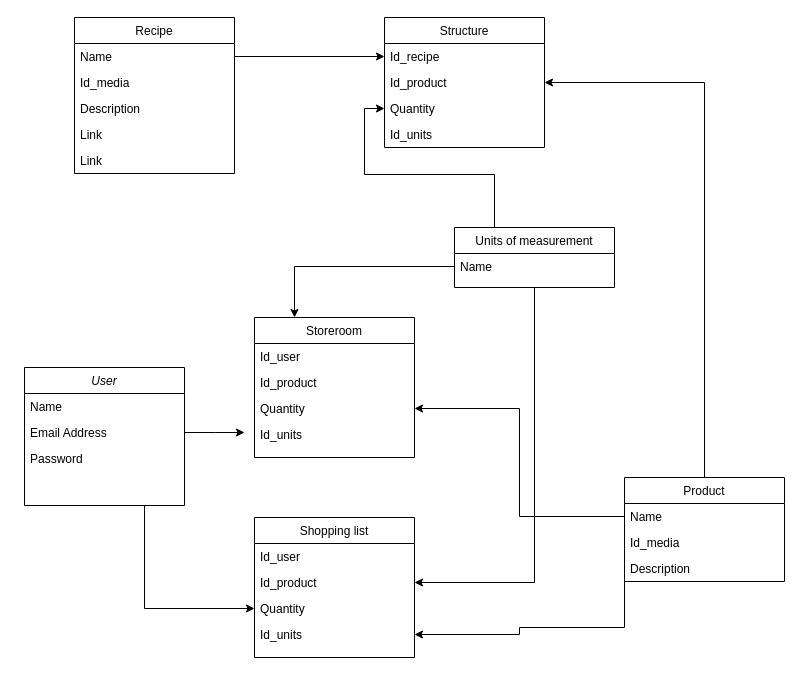
This is BD.drawio from Slawgorodskij/shop-and-kitchen, a draw.io file, before an edit. Source tidied: cells renumbered, new cells numbered last; positions are measured from the earlier drawing's top-left corner, leaving out a move shared by most shapes. Both pictures are drawn from the tidied source at 100%, with x=0, y=0 at pixel (24, 17).
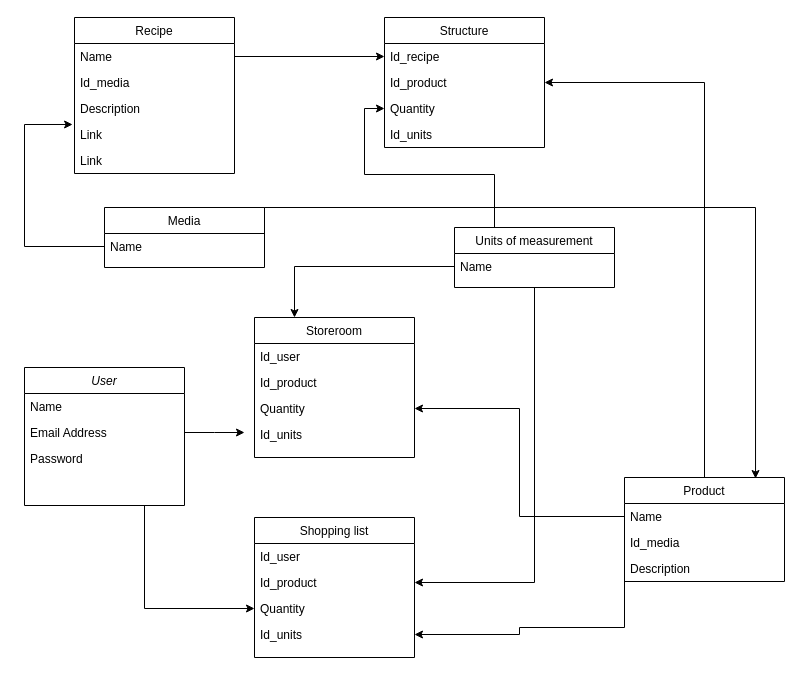
After the change.

Unchanged cells that the change refers to:
```xml
<mxCell id="11" value="Description" style="text;align=left;verticalAlign=top;spacingLeft=4;spacingRight=4;overflow=hidden;points=[[0,0.5],[1,0.5]];portConstraint=eastwest;rounded=0;shadow=0;html=0;" parent="8" vertex="1">
  <mxGeometry y="78" width="160" height="26" as="geometry" />
</mxCell>
<mxCell id="15" value="Product" style="swimlane;fontStyle=0;align=center;verticalAlign=top;horizontal=1;startSize=26;rounded=0;shadow=0;strokeWidth=1;" parent="1" vertex="1">
  <mxGeometry x="600" y="460" width="160" height="104" as="geometry" />
</mxCell>
```

Diff of the diagram source:
```diff
@@
+    <mxCell id="42" value="Media" style="swimlane;fontStyle=0;align=center;verticalAlign=top;horizontal=1;startSize=26;rounded=0;shadow=0;strokeWidth=1;" parent="1" vertex="1">
+      <mxGeometry x="80" y="190" width="160" height="60" as="geometry" />
+    </mxCell>
+    <mxCell id="43" value="Name" style="text;align=left;verticalAlign=top;spacingLeft=4;spacingRight=4;overflow=hidden;points=[[0,0.5],[1,0.5]];portConstraint=eastwest;" parent="42" vertex="1">
+      <mxGeometry y="26" width="160" height="26" as="geometry" />
+    </mxCell>
+    <mxCell id="44" style="edgeStyle=orthogonalEdgeStyle;rounded=0;jettySize=auto;html=1;exitX=0;exitY=0.5;exitDx=0;exitDy=0;entryX=-0.012;entryY=1.115;entryDx=0;entryDy=0;entryPerimeter=0;" parent="1" edge="1" source="43" target="11">
+      <mxGeometry relative="1" as="geometry">
+        <Array as="points">
+          <mxPoint y="229" />
+          <mxPoint y="107" />
+        </Array>
+      </mxGeometry>
+    </mxCell>
+    <mxCell id="45" style="edgeStyle=orthogonalEdgeStyle;rounded=0;jettySize=auto;html=1;exitX=1;exitY=0.5;exitDx=0;exitDy=0;entryX=0.819;entryY=0.01;entryDx=0;entryDy=0;entryPerimeter=0;" parent="1" edge="1" source="43" target="15">
+      <mxGeometry relative="1" as="geometry">
+        <Array as="points">
+          <mxPoint x="240" y="190" />
+          <mxPoint x="731" y="190" />
+        </Array>
+      </mxGeometry>
+    </mxCell>
```
